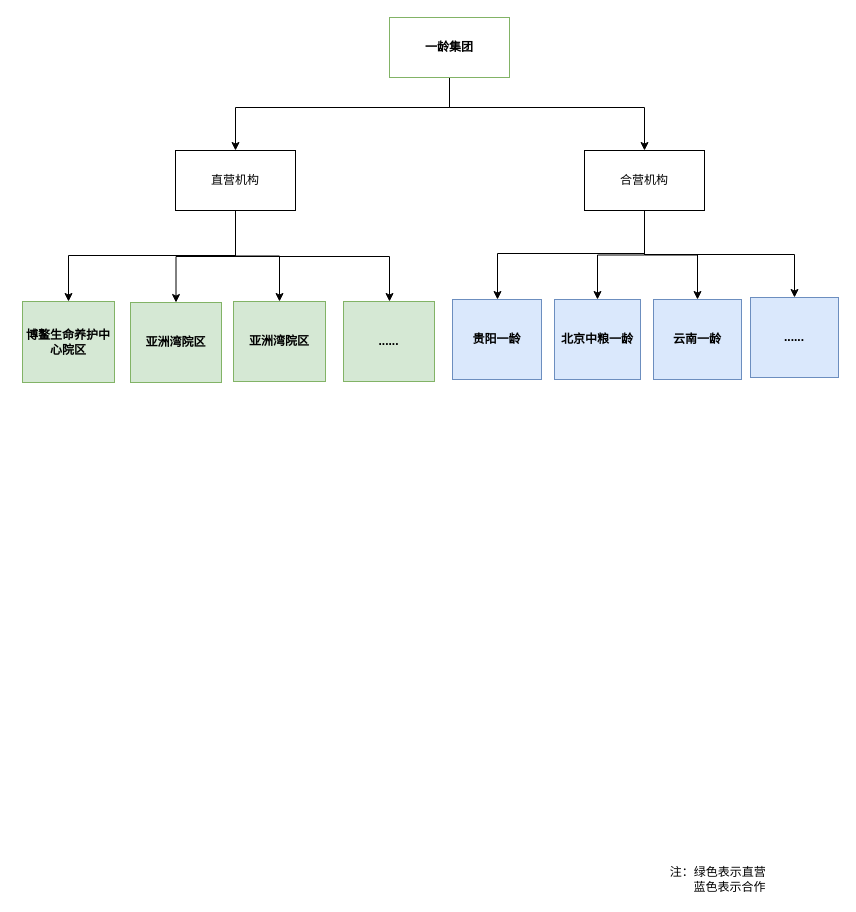
Above: page "第 3 页 的副本" (4 of 5) of 海南一龄业务架构图.drawio in goylsf/image (draw.io), before the change. Source tidied: cells renumbered, new cells numbered last; positions are measured from the earlier drawing's top-left corner, leaving out a move shared by most shapes. Both pictures are drawn from the tidied source at 100%, with x=0, y=0 at pixel (22, 17).
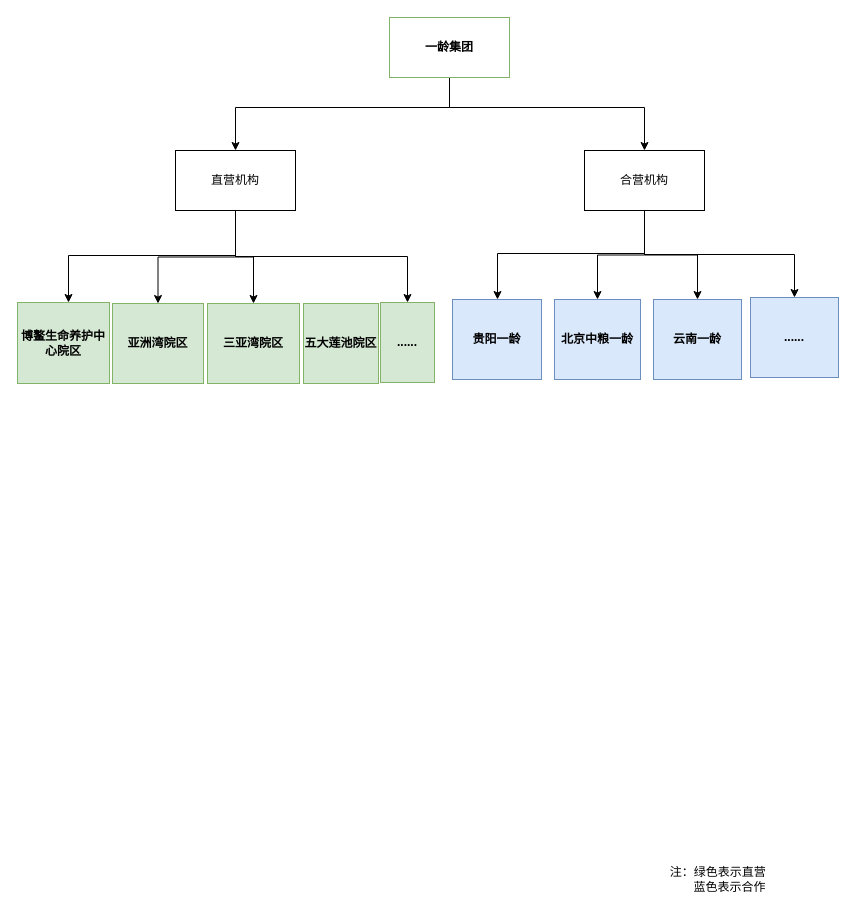
The same diagram, later.

Commit message:
更新海南一龄业务架构图.drawio

The change refers to these unchanged cells:
```xml
<mxCell id="15" value="直营机构" style="rounded=0;whiteSpace=wrap;html=1;" parent="1" vertex="1">
  <mxGeometry x="153" y="133" width="120" height="60" as="geometry" />
</mxCell>
```

The edit, as a diff of the source:
```diff
@@
     <mxCell id="5" value="&lt;b&gt;博鳌生命养护中心院区&lt;/b&gt;" style="rounded=0;whiteSpace=wrap;html=1;fillColor=#d5e8d4;strokeColor=#82b366;" parent="1" vertex="1">
-      <mxGeometry y="284" width="92" height="81" as="geometry" />
+      <mxGeometry x="-5" y="285" width="92" height="81" as="geometry" />
     </mxCell>
@@
     <mxCell id="8" value="&lt;b&gt;亚洲湾院区&lt;/b&gt;" style="rounded=0;whiteSpace=wrap;html=1;fillColor=#d5e8d4;strokeColor=#82b366;" parent="1" vertex="1">
-      <mxGeometry x="108" y="285" width="91" height="80" as="geometry" />
+      <mxGeometry x="90" y="286" width="91" height="80" as="geometry" />
     </mxCell>
@@
     <mxCell id="13" style="edgeStyle=orthogonalEdgeStyle;rounded=0;jettySize=auto;html=1;" parent="1" edge="1" source="15" target="22">
       <mxGeometry relative="1" as="geometry">
         <Array as="points">
           <mxPoint x="213" y="239" />
-          <mxPoint x="367" y="239" />
+          <mxPoint x="385" y="239" />
         </Array>
       </mxGeometry>
     </mxCell>
@@
-    <mxCell id="21" value="&lt;b&gt;亚洲湾院区&lt;/b&gt;" style="rounded=0;whiteSpace=wrap;html=1;fillColor=#d5e8d4;strokeColor=#82b366;" parent="1" vertex="1">
-      <mxGeometry x="211" y="284" width="92" height="80" as="geometry" />
+    <mxCell id="21" value="&lt;b&gt;三亚湾院区&lt;/b&gt;" style="rounded=0;whiteSpace=wrap;html=1;fillColor=#d5e8d4;strokeColor=#82b366;" parent="1" vertex="1">
+      <mxGeometry x="185" y="286" width="92" height="80" as="geometry" />
     </mxCell>
     <mxCell id="22" value="&lt;b&gt;......&lt;/b&gt;" style="rounded=0;whiteSpace=wrap;html=1;fillColor=#d5e8d4;strokeColor=#82b366;" parent="1" vertex="1">
-      <mxGeometry x="321" y="284" width="91" height="80" as="geometry" />
+      <mxGeometry x="358" y="285" width="54" height="80" as="geometry" />
     </mxCell>
@@
+    <mxCell id="24" value="&lt;b&gt;五大莲池院区&lt;/b&gt;" style="rounded=0;whiteSpace=wrap;html=1;fillColor=#d5e8d4;strokeColor=#82b366;" parent="1" vertex="1">
+      <mxGeometry x="281" y="286" width="75" height="80" as="geometry" />
+    </mxCell>
```
